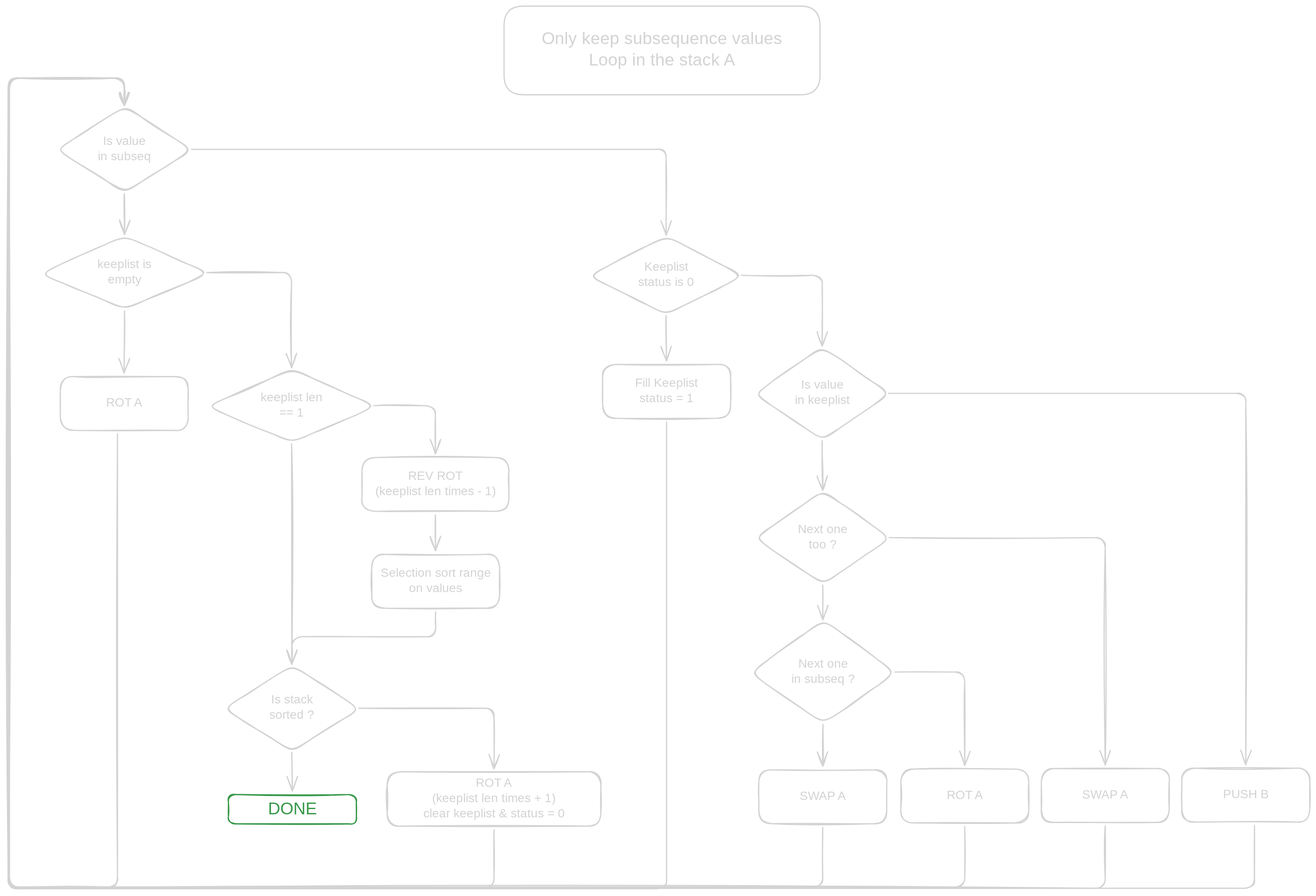
This is images/only_keep_subsequence.excalidraw.svg from flinguenheld/42_push_swap, a Excalidraw export, as it was before one commit. Source tidied: one line per element, renumbered; positions are measured from the earlier drawing's top-left corner, leaving out a move shared by most shapes.
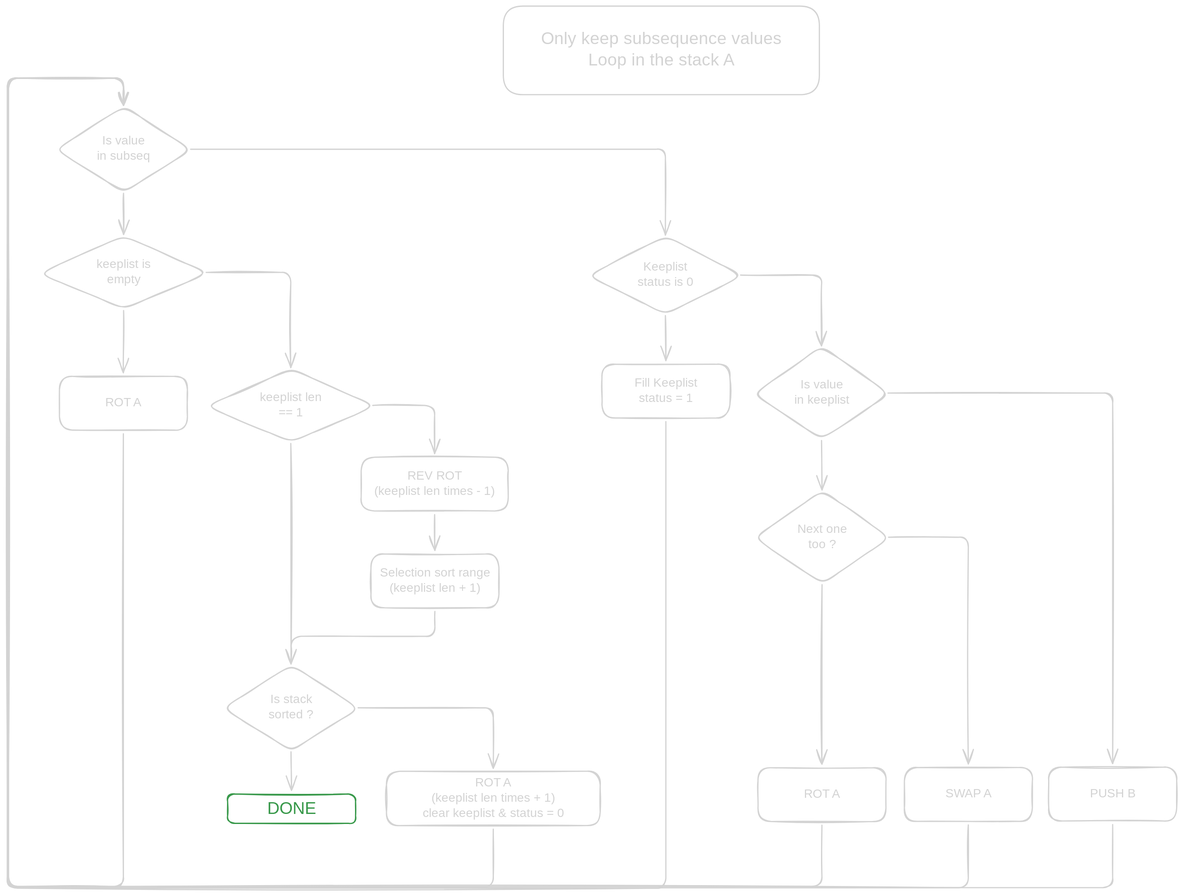
After the commit.

What changed in the source:
```diff
@@ -5,7 +5,7 @@
 {"id": 4, "type": "rectangle", "strokeColor": "#1e1e1e", "strokeWidth": 2, "roughness": 1, "round": true, "x": 579, "y": 738, "width": 241, "height": 88}
 {"id": 5, "type": "text", "text": "REV ROT\n(keeplist len times - 1)", "strokeColor": "#1e1e1e", "strokeWidth": 2, "roughness": 1, "fontSize": 20, "fontFamily": 5, "textAlign": "center", "verticalAlign": "middle", "inside": 4, "x": 590, "y": 757, "width": 217, "height": 50}
 {"id": 6, "type": "rectangle", "strokeColor": "#1e1e1e", "strokeWidth": 2, "roughness": 1, "round": true, "x": 595, "y": 897, "width": 209, "height": 88}
-{"id": 7, "type": "text", "text": "Selection sort range\non values", "strokeColor": "#1e1e1e", "strokeWidth": 2, "roughness": 1, "fontSize": 20, "fontFamily": 5, "textAlign": "center", "verticalAlign": "middle", "inside": 6, "x": 601, "y": 916, "width": 198, "height": 50}
+{"id": 7, "type": "text", "text": "Selection sort range\n(keeplist len + 1)", "strokeColor": "#1e1e1e", "strokeWidth": 2, "roughness": 1, "fontSize": 20, "fontFamily": 5, "textAlign": "center", "verticalAlign": "middle", "inside": 6, "x": 601, "y": 916, "width": 198, "height": 50}
 {"id": 8, "type": "arrow", "strokeColor": "#1e1e1e", "strokeWidth": 2, "roughness": 1, "endArrowhead": "arrow", "from": 4, "to": 6, "x": 699, "y": 832, "width": 0, "height": 58, "points": [[0, 0], [0, 58]]}
 {"id": 9, "type": "diamond", "strokeColor": "#1e1e1e", "strokeWidth": 2, "roughness": 1, "round": true, "x": 951, "y": 376, "width": 252, "height": 129}
 {"id": 10, "type": "text", "text": "Keeplist\nstatus is 0", "strokeColor": "#1e1e1e", "strokeWidth": 2, "roughness": 1, "fontSize": 20, "fontFamily": 5, "textAlign": "center", "verticalAlign": "middle", "inside": 9, "x": 1021, "y": 415, "width": 112, "height": 50}
@@ -18,10 +18,8 @@
 {"id": 17, "type": "diamond", "strokeColor": "#1e1e1e", "strokeWidth": 2, "roughness": 1, "round": true, "x": 1222, "y": 793, "width": 221, "height": 153}
 {"id": 18, "type": "text", "text": "Next one\ntoo ?", "strokeColor": "#1e1e1e", "strokeWidth": 2, "roughness": 1, "fontSize": 20, "fontFamily": 5, "textAlign": "center", "verticalAlign": "middle", "inside": 17, "x": 1289, "y": 844, "width": 88, "height": 50}
 {"id": 19, "type": "arrow", "strokeColor": "#1e1e1e", "strokeWidth": 2, "roughness": 1, "endArrowhead": "arrow", "from": 15, "to": 17, "x": 1332, "y": 711, "width": 1, "height": 81, "points": [[0, 0], [1, 81]]}
-{"id": 20, "type": "rectangle", "strokeColor": "#1e1e1e", "strokeWidth": 2, "roughness": 1, "round": true, "x": 1461, "y": 1248, "width": 209, "height": 88}
-{"id": 21, "type": "text", "text": "ROT A", "strokeColor": "#1e1e1e", "strokeWidth": 2, "roughness": 1, "fontSize": 20, "fontFamily": 5, "textAlign": "center", "verticalAlign": "middle", "inside": 20, "x": 1531, "y": 1280, "width": 69, "height": 25}
-{"id": 22, "type": "rectangle", "strokeColor": "#1e1e1e", "strokeWidth": 2, "roughness": 1, "round": true, "x": 1690, "y": 1247, "width": 209, "height": 88}
+{"id": 22, "type": "rectangle", "strokeColor": "#1e1e1e", "strokeWidth": 2, "roughness": 1, "round": true, "x": 1467, "y": 1246, "width": 209, "height": 88}
-{"id": 23, "type": "text", "text": "SWAP A", "strokeColor": "#1e1e1e", "strokeWidth": 2, "roughness": 1, "fontSize": 20, "fontFamily": 5, "textAlign": "center", "verticalAlign": "middle", "inside": 22, "x": 1758, "y": 1279, "width": 75, "height": 25}
+{"id": 23, "type": "text", "text": "SWAP A", "strokeColor": "#1e1e1e", "strokeWidth": 2, "roughness": 1, "fontSize": 20, "fontFamily": 5, "textAlign": "center", "verticalAlign": "middle", "inside": 22, "x": 1535, "y": 1278, "width": 75, "height": 25}
 {"id": 24, "type": "arrow", "strokeColor": "#1e1e1e", "strokeWidth": 2, "roughness": 1, "endArrowhead": "arrow", "from": 9, "to": 15, "x": 1199, "y": 440, "width": 132, "height": 116, "points": [[0, 0], [132, 0], [132, 116]]}
 {"id": 25, "type": "diamond", "strokeColor": "#1e1e1e", "strokeWidth": 2, "roughness": 1, "round": true, "x": 52, "y": 376, "width": 275, "height": 120}
 {"id": 26, "type": "text", "text": "keeplist is\nempty", "strokeColor": "#1e1e1e", "strokeWidth": 2, "roughness": 1, "fontSize": 20, "fontFamily": 5, "textAlign": "center", "verticalAlign": "middle", "inside": 25, "x": 141, "y": 411, "width": 98, "height": 50}
@@ -29,17 +27,11 @@
 {"id": 28, "type": "text", "text": "ROT A", "strokeColor": "#1e1e1e", "strokeWidth": 2, "roughness": 1, "fontSize": 20, "fontFamily": 5, "textAlign": "center", "verticalAlign": "middle", "inside": 27, "x": 155, "y": 638, "width": 69, "height": 25}
 {"id": 29, "type": "arrow", "strokeColor": "#1e1e1e", "strokeWidth": 2, "roughness": 1, "endArrowhead": "arrow", "from": 2, "to": 25, "x": 190, "y": 306, "width": 0, "height": 67, "points": [[0, 0], [0, 67]]}
 {"id": 30, "type": "arrow", "strokeColor": "#1e1e1e", "strokeWidth": 2, "roughness": 1, "endArrowhead": "arrow", "from": 25, "to": 27, "x": 190, "y": 498, "width": 0, "height": 102, "points": [[0, 0], [0, 102]]}
-{"id": 31, "type": "rectangle", "strokeColor": "#1e1e1e", "strokeWidth": 2, "roughness": 1, "round": true, "x": 1920, "y": 1247, "width": 209, "height": 88}
+{"id": 31, "type": "rectangle", "strokeColor": "#1e1e1e", "strokeWidth": 2, "roughness": 1, "round": true, "x": 1704, "y": 1246, "width": 209, "height": 88}
-{"id": 32, "type": "text", "text": "PUSH B", "strokeColor": "#1e1e1e", "strokeWidth": 2, "roughness": 1, "fontSize": 20, "fontFamily": 5, "textAlign": "center", "verticalAlign": "middle", "inside": 31, "x": 1987, "y": 1278, "width": 76, "height": 25}
+{"id": 32, "type": "text", "text": "PUSH B", "strokeColor": "#1e1e1e", "strokeWidth": 2, "roughness": 1, "fontSize": 20, "fontFamily": 5, "textAlign": "center", "verticalAlign": "middle", "inside": 31, "x": 1770, "y": 1277, "width": 76, "height": 25}
-{"id": 33, "type": "arrow", "strokeColor": "#1e1e1e", "strokeWidth": 2, "roughness": 1, "endArrowhead": "arrow", "from": 15, "to": 31, "x": 1441, "y": 633, "width": 584, "height": 607, "points": [[0, 0], [584, 0], [584, 607]]}
+{"id": 33, "type": "arrow", "strokeColor": "#1e1e1e", "strokeWidth": 2, "roughness": 1, "endArrowhead": "arrow", "from": 15, "to": 31, "x": 1441, "y": 633, "width": 367, "height": 606, "points": [[0, 0], [367, 0], [367, 606]]}
-{"id": 34, "type": "arrow", "strokeColor": "#1e1e1e", "strokeWidth": 2, "roughness": 1, "endArrowhead": "arrow", "from": 17, "to": 22, "x": 1441, "y": 869, "width": 354, "height": 372, "points": [[0, 0], [354, 0], [354, 372]]}
-{"id": 35, "type": "diamond", "strokeColor": "#1e1e1e", "strokeWidth": 2, "roughness": 1, "round": true, "x": 1214, "y": 1004, "width": 238, "height": 170}
-{"id": 36, "type": "text", "text": "Next one\nin subseq ?", "strokeColor": "#1e1e1e", "strokeWidth": 2, "roughness": 1, "fontSize": 20, "fontFamily": 5, "textAlign": "center", "verticalAlign": "middle", "inside": 35, "x": 1280, "y": 1064, "width": 106, "height": 50}
-{"id": 37, "type": "rectangle", "strokeColor": "#1e1e1e", "strokeWidth": 2, "roughness": 1, "round": true, "x": 1228, "y": 1249, "width": 209, "height": 88}
+{"id": 37, "type": "rectangle", "strokeColor": "#1e1e1e", "strokeWidth": 2, "roughness": 1, "round": true, "x": 1228, "y": 1247, "width": 209, "height": 88}
-{"id": 38, "type": "text", "text": "SWAP A", "strokeColor": "#1e1e1e", "strokeWidth": 2, "roughness": 1, "fontSize": 20, "fontFamily": 5, "textAlign": "center", "verticalAlign": "middle", "inside": 37, "x": 1295, "y": 1281, "width": 75, "height": 25}
+{"id": 38, "type": "text", "text": "ROT A", "strokeColor": "#1e1e1e", "strokeWidth": 2, "roughness": 1, "fontSize": 20, "fontFamily": 5, "textAlign": "center", "verticalAlign": "middle", "inside": 37, "x": 1298, "y": 1278, "width": 69, "height": 25}
-{"id": 39, "type": "arrow", "strokeColor": "#1e1e1e", "strokeWidth": 2, "roughness": 1, "endArrowhead": "arrow", "from": 17, "to": 35, "x": 1333, "y": 947, "width": 1, "height": 57, "points": [[0, 0], [1, 57]]}
-{"id": 40, "type": "arrow", "strokeColor": "#1e1e1e", "strokeWidth": 2, "roughness": 1, "endArrowhead": "arrow", "from": 35, "to": 37, "x": 1333, "y": 1175, "width": 0, "height": 68, "points": [[0, 0], [0, 68]]}
-{"id": 41, "type": "arrow", "strokeColor": "#1e1e1e", "strokeWidth": 2, "roughness": 1, "endArrowhead": "arrow", "from": 35, "to": 20, "x": 1451, "y": 1089, "width": 114, "height": 153, "points": [[0, 0], [114, 0], [114, 153]]}
 {"id": 42, "type": "diamond", "strokeColor": "#1e1e1e", "strokeWidth": 2, "roughness": 1, "round": true, "x": 326, "y": 594, "width": 275, "height": 120}
 {"id": 43, "type": "text", "text": "keeplist len\n== 1", "strokeColor": "#1e1e1e", "strokeWidth": 2, "roughness": 1, "fontSize": 20, "fontFamily": 5, "textAlign": "center", "verticalAlign": "middle", "inside": 42, "x": 410, "y": 629, "width": 108, "height": 50}
 {"id": 44, "type": "diamond", "strokeColor": "#1e1e1e", "strokeWidth": 2, "roughness": 1, "round": true, "x": 353, "y": 1078, "width": 221, "height": 141}
@@ -54,10 +46,11 @@
 {"id": 53, "type": "arrow", "strokeColor": "#1e1e1e", "strokeWidth": 2, "roughness": 1, "endArrowhead": "arrow", "from": 44, "to": 49, "x": 574, "y": 1149, "width": 221, "height": 99, "points": [[0, 0], [221, 0], [221, 99]]}
 {"id": 54, "type": "arrow", "strokeColor": "#1e1e1e", "strokeWidth": 2, "roughness": 1, "endArrowhead": "arrow", "from": 42, "to": 4, "x": 598, "y": 654, "width": 101, "height": 79, "points": [[0, 0], [101, 0], [101, 79]]}
 {"id": 55, "type": "arrow", "strokeColor": "#1e1e1e", "strokeWidth": 2, "roughness": 1, "endArrowhead": "arrow", "from": 6, "to": 44, "x": 699, "y": 991, "width": 235, "height": 86, "points": [[0, 0], [0, 41], [-235, 41], [-235, 86]]}
-{"id": 56, "type": "arrow", "strokeColor": "#1e1e1e", "strokeWidth": 2, "roughness": 1, "endArrowhead": "arrow", "from": 27, "to": 2, "x": 179, "y": 700, "width": 188, "height": 1324, "points": [[0, 0], [0, 741], [-177, 741], [-177, -582], [11, -582], [11, -538]]}
+{"id": 56, "type": "arrow", "strokeColor": "#1e1e1e", "strokeWidth": 2, "roughness": 1, "endArrowhead": "arrow", "from": 27, "to": 2, "x": 190, "y": 700, "width": 188, "height": 1324, "points": [[0, 0], [0, 741], [-188, 741], [-188, -582], [0, -582], [0, -538]]}
 {"id": 57, "type": "arrow", "strokeColor": "#1e1e1e", "strokeWidth": 2, "roughness": 1, "endArrowhead": "arrow", "from": 49, "to": 2, "x": 795, "y": 1347, "width": 793, "height": 1324, "points": [[0, 0], [0, 94], [-793, 94], [-793, -1229], [-605, -1229], [-605, -1185]]}
 {"id": 58, "type": "arrow", "strokeColor": "#1e1e1e", "strokeWidth": 2, "roughness": 1, "endArrowhead": "arrow", "from": 12, "to": 2, "x": 1077, "y": 680, "width": 1077, "height": 1326, "points": [[0, 0], [0, 764], [-1077, 764], [-1077, -562], [-887, -562], [-887, -518]]}
-{"id": 59, "type": "arrow", "strokeColor": "#1e1e1e", "strokeWidth": 2, "roughness": 1, "endArrowhead": "arrow", "from": 37, "to": 2, "x": 1333, "y": 1343, "width": 1333, "height": 1323, "points": [[0, 0], [0, 97], [-1333, 97], [-1333, -1225], [-1143, -1225], [-1143, -1181]]}
+{"id": 59, "type": "arrow", "strokeColor": "#1e1e1e", "strokeWidth": 2, "roughness": 1, "endArrowhead": "arrow", "from": 37, "to": 2, "x": 1332, "y": 1341, "width": 1332, "height": 1323, "points": [[0, 0], [0, 100], [-1332, 100], [-1332, -1223], [-1143, -1223], [-1143, -1178]]}
-{"id": 60, "type": "arrow", "strokeColor": "#1e1e1e", "strokeWidth": 2, "roughness": 1, "endArrowhead": "arrow", "from": 20, "to": 2, "x": 1565, "y": 1342, "width": 1565, "height": 1324, "points": [[0, 0], [0, 99], [-1565, 99], [-1565, -1224], [-1375, -1224], [-1375, -1180]]}
-{"id": 61, "type": "arrow", "strokeColor": "#1e1e1e", "strokeWidth": 2, "roughness": 1, "endArrowhead": "arrow", "from": 31, "to": 2, "x": 2039, "y": 1341, "width": 2039, "height": 1325, "points": [[0, 0], [0, 102], [-2039, 102], [-2039, -1223], [-1849, -1223], [-1849, -1178]]}
+{"id": 61, "type": "arrow", "strokeColor": "#1e1e1e", "strokeWidth": 2, "roughness": 1, "endArrowhead": "arrow", "from": 31, "to": 2, "x": 1808, "y": 1340, "width": 1808, "height": 1325, "points": [[0, 0], [0, 103], [-1808, 103], [-1808, -1222], [-1618, -1222], [-1618, -1177]]}
-{"id": 62, "type": "arrow", "strokeColor": "#1e1e1e", "strokeWidth": 2, "roughness": 1, "endArrowhead": "arrow", "from": 22, "to": 2, "x": 1795, "y": 1341, "width": 1794, "height": 1325, "points": [[0, 0], [0, 102], [-1794, 102], [-1794, -1223], [-1605, -1223], [-1605, -1179]]}
+{"id": 62, "type": "arrow", "strokeColor": "#1e1e1e", "strokeWidth": 2, "roughness": 1, "endArrowhead": "arrow", "from": 22, "to": 2, "x": 1572, "y": 1340, "width": 1571, "height": 1325, "points": [[0, 0], [0, 103], [-1571, 103], [-1571, -1222], [-1382, -1222], [-1382, -1178]]}
+{"id": 63, "type": "arrow", "strokeColor": "#1e1e1e", "strokeWidth": 2, "roughness": 1, "endArrowhead": "arrow", "from": 17, "to": 37, "x": 1333, "y": 947, "width": 0, "height": 294, "points": [[0, 0], [0, 294]]}
+{"id": 64, "type": "arrow", "strokeColor": "#1e1e1e", "strokeWidth": 2, "roughness": 1, "endArrowhead": "arrow", "from": 17, "to": 22, "x": 1441, "y": 869, "width": 130, "height": 371, "points": [[0, 0], [130, 0], [130, 371]]}
```
